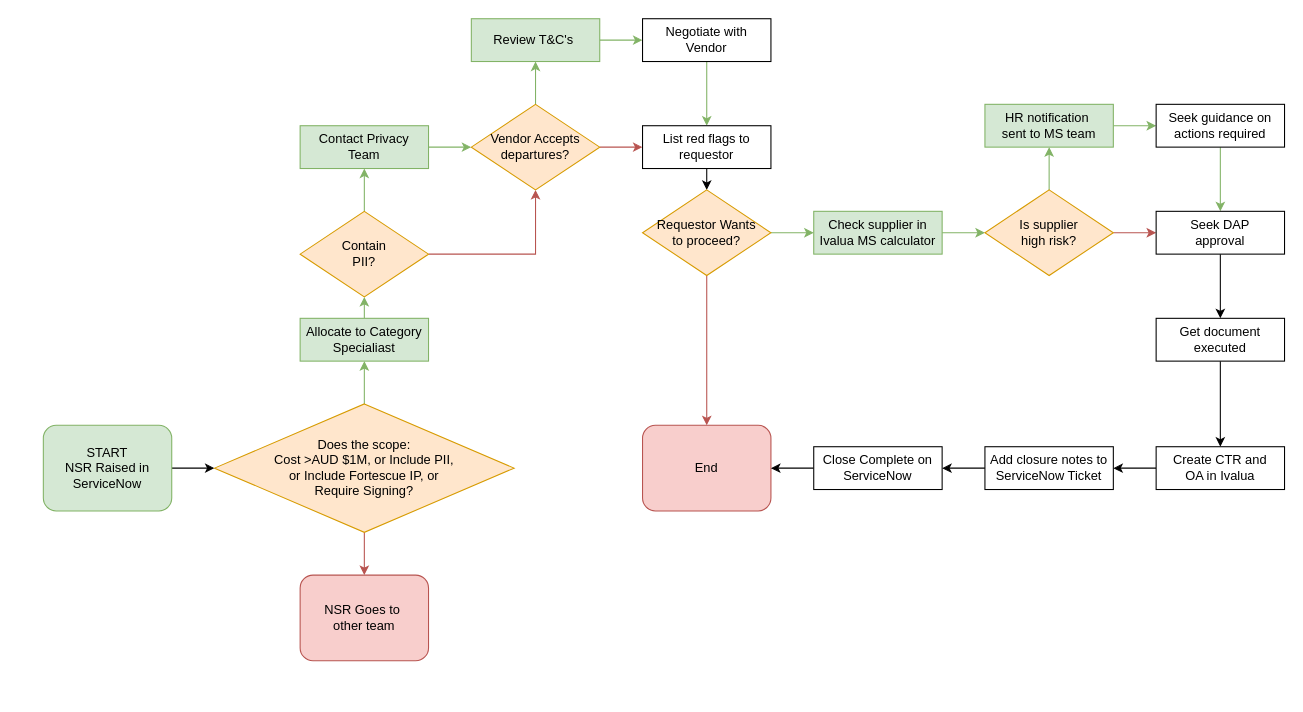
Earlier version of the draw.io diagram New NSR.drawio (Dyo-Artist/Fortsecue). Source tidied: cells renumbered, new cells numbered last; positions are measured from the earlier drawing's top-left corner, leaving out a move shared by most shapes. Both pictures are drawn from the tidied source at 107%, with x=0, y=0 at pixel (43, 18).
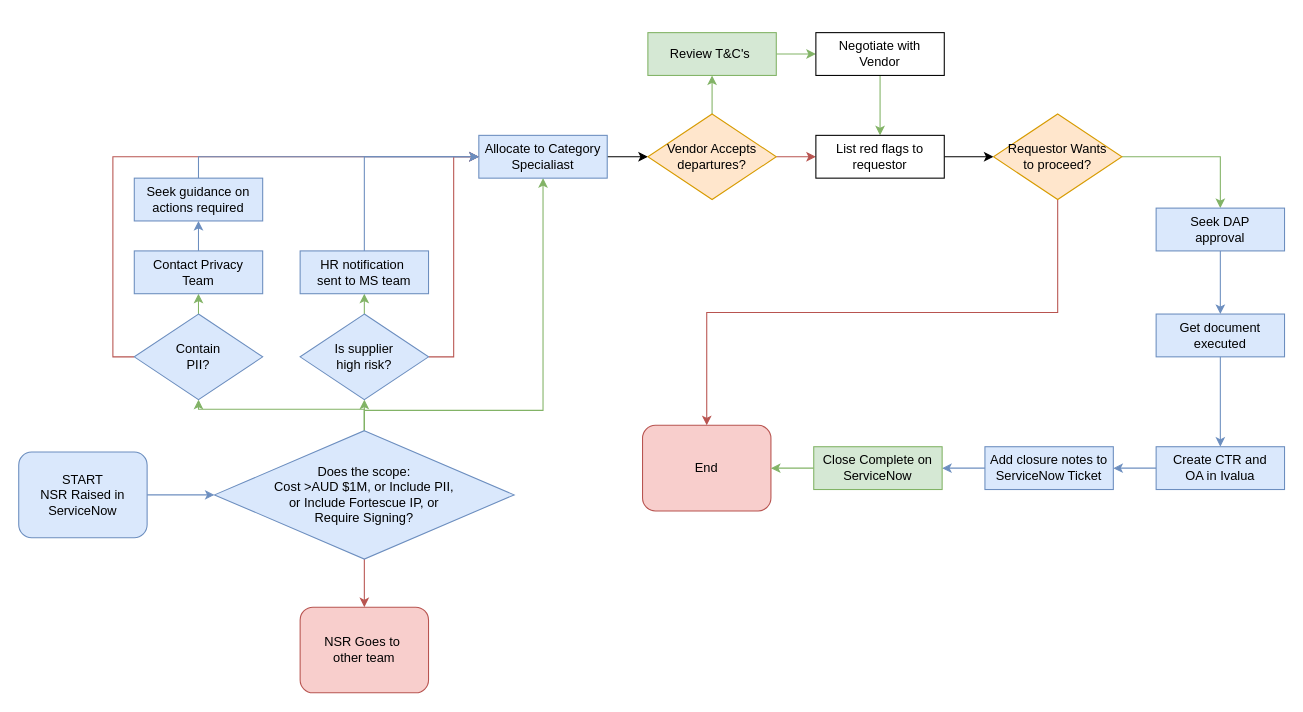
The same page after the edit.

The change refers to these unchanged cells:
```xml
<mxCell id="26" value="End" style="rounded=1;whiteSpace=wrap;html=1;fontSize=12;glass=0;strokeWidth=1;shadow=0;fillColor=#f8cecc;strokeColor=#b85450;" parent="1" vertex="1">
  <mxGeometry x="560" y="380" width="120" height="80" as="geometry" />
</mxCell>
```

What changed in the source:
```diff
@@
-    <mxCell id="2" style="edgeStyle=orthogonalEdgeStyle;rounded=0;jettySize=auto;html=1;exitX=1;exitY=0.5;exitDx=0;exitDy=0;entryX=0;entryY=0.5;entryDx=0;entryDy=0;" parent="1" edge="1" source="3" target="6">
+    <mxCell id="2" style="edgeStyle=orthogonalEdgeStyle;rounded=0;jettySize=auto;html=1;exitX=1;exitY=0.5;exitDx=0;exitDy=0;entryX=0;entryY=0.5;entryDx=0;entryDy=0;fillColor=#dae8fc;strokeColor=#6c8ebf;" parent="1" edge="1" source="3" target="6">
       <mxGeometry relative="1" as="geometry" />
     </mxCell>
-    <mxCell id="3" value="START &lt;br&gt;NSR Raised in ServiceNow" style="rounded=1;whiteSpace=wrap;html=1;fontSize=12;glass=0;strokeWidth=1;shadow=0;fillColor=#d5e8d4;strokeColor=#82b366;" parent="1" vertex="1">
-      <mxGeometry y="380" width="120" height="80" as="geometry" />
+    <mxCell id="3" value="START &lt;br&gt;NSR Raised in ServiceNow" style="rounded=1;whiteSpace=wrap;html=1;fontSize=12;glass=0;strokeWidth=1;shadow=0;fillColor=#dae8fc;strokeColor=#6c8ebf;" parent="1" vertex="1">
+      <mxGeometry x="-23" y="405" width="120" height="80" as="geometry" />
     </mxCell>
+    <mxCell id="5" style="edgeStyle=orthogonalEdgeStyle;rounded=0;jettySize=auto;html=1;exitX=0.5;exitY=1;exitDx=0;exitDy=0;entryX=0.5;entryY=0;entryDx=0;entryDy=0;fillColor=#f8cecc;strokeColor=#b85450;" parent="1" edge="1" source="6" target="46">
+      <mxGeometry relative="1" as="geometry" />
+    </mxCell>
+    <mxCell id="47" style="edgeStyle=orthogonalEdgeStyle;rounded=0;jettySize=auto;html=1;exitX=0.5;exitY=0;exitDx=0;exitDy=0;entryX=0.5;entryY=1;entryDx=0;entryDy=0;fillColor=#d5e8d4;strokeColor=#82b366;" parent="1" edge="1" source="6" target="31">
+      <mxGeometry relative="1" as="geometry" />
+    </mxCell>
+    <mxCell id="48" style="edgeStyle=orthogonalEdgeStyle;rounded=0;jettySize=auto;html=1;exitX=0.5;exitY=0;exitDx=0;exitDy=0;entryX=0.5;entryY=1;entryDx=0;entryDy=0;fillColor=#d5e8d4;strokeColor=#82b366;" parent="1" edge="1" source="6" target="11">
+      <mxGeometry relative="1" as="geometry" />
+    </mxCell>
     <mxCell id="4" style="edgeStyle=orthogonalEdgeStyle;rounded=0;jettySize=auto;html=1;exitX=0.5;exitY=0;exitDx=0;exitDy=0;entryX=0.5;entryY=1;entryDx=0;entryDy=0;fillColor=#d5e8d4;strokeColor=#82b366;" parent="1" edge="1" source="6" target="8">
-      <mxGeometry relative="1" as="geometry" />
+      <mxGeometry relative="1" as="geometry">
+        <Array as="points">
+          <mxPoint x="300" y="366" />
+          <mxPoint x="467" y="366" />
+        </Array>
+      </mxGeometry>
     </mxCell>
-    <mxCell id="5" style="edgeStyle=orthogonalEdgeStyle;rounded=0;jettySize=auto;html=1;exitX=0.5;exitY=1;exitDx=0;exitDy=0;entryX=0.5;entryY=0;entryDx=0;entryDy=0;fillColor=#f8cecc;strokeColor=#b85450;" parent="1" edge="1" source="6">
-      <mxGeometry relative="1" as="geometry">
-        <mxPoint x="300" y="520" as="targetPoint" />
-      </mxGeometry>
-    </mxCell>
-    <mxCell id="6" value="Does the scope:&lt;br&gt;Cost &amp;gt;AUD $1M, or Include PII, &lt;br&gt;or Include Fortescue IP, or&lt;br&gt;Require Signing?" style="rhombus;whiteSpace=wrap;html=1;fillColor=#ffe6cc;strokeColor=#d79b00;" parent="1" vertex="1">
-      <mxGeometry x="160" y="360" width="280" height="120" as="geometry" />
+    <mxCell id="6" value="Does the scope:&lt;br&gt;Cost &amp;gt;AUD $1M, or Include PII, &lt;br&gt;or Include Fortescue IP, or&lt;br&gt;Require Signing?" style="rhombus;whiteSpace=wrap;html=1;fillColor=#dae8fc;strokeColor=#6c8ebf;" parent="1" vertex="1">
+      <mxGeometry x="160" y="385" width="280" height="120" as="geometry" />
     </mxCell>
-    <mxCell id="7" style="edgeStyle=orthogonalEdgeStyle;rounded=0;jettySize=auto;html=1;exitX=0.5;exitY=0;exitDx=0;exitDy=0;entryX=0.5;entryY=1;entryDx=0;entryDy=0;fillColor=#d5e8d4;gradientColor=#97d077;strokeColor=#82b366;" parent="1" edge="1" source="8" target="11">
-      <mxGeometry relative="1" as="geometry" />
-    </mxCell>
+    <mxCell id="49" style="edgeStyle=orthogonalEdgeStyle;rounded=0;jettySize=auto;html=1;exitX=1;exitY=0.5;exitDx=0;exitDy=0;entryX=0;entryY=0.5;entryDx=0;entryDy=0;" parent="1" edge="1" source="8" target="16">
+      <mxGeometry relative="1" as="geometry" />
+    </mxCell>
-    <mxCell id="8" value="Allocate to Category&lt;br&gt;Specialiast" style="rounded=0;whiteSpace=wrap;html=1;fillColor=#d5e8d4;strokeColor=#82b366;" parent="1" vertex="1">
-      <mxGeometry x="240" y="280" width="120" height="40" as="geometry" />
+    <mxCell id="8" value="Allocate to Category&lt;br&gt;Specialiast" style="rounded=0;whiteSpace=wrap;html=1;fillColor=#dae8fc;strokeColor=#6c8ebf;" parent="1" vertex="1">
+      <mxGeometry x="407" y="109" width="120" height="40" as="geometry" />
     </mxCell>
@@
-    <mxCell id="10" style="edgeStyle=orthogonalEdgeStyle;rounded=0;jettySize=auto;html=1;exitX=1;exitY=0.5;exitDx=0;exitDy=0;entryX=0.5;entryY=1;entryDx=0;entryDy=0;fillColor=#f8cecc;strokeColor=#b85450;" parent="1" edge="1" source="11" target="16">
-      <mxGeometry relative="1" as="geometry" />
-    </mxCell>
+    <mxCell id="50" style="edgeStyle=orthogonalEdgeStyle;rounded=0;jettySize=auto;html=1;exitX=0;exitY=0.5;exitDx=0;exitDy=0;entryX=0;entryY=0.5;entryDx=0;entryDy=0;fillColor=#f8cecc;strokeColor=#b85450;" parent="1" edge="1" source="11" target="8">
+      <mxGeometry relative="1" as="geometry" />
+    </mxCell>
-    <mxCell id="11" value="Contain&lt;br&gt;PII?" style="rhombus;whiteSpace=wrap;html=1;fillColor=#ffe6cc;strokeColor=#d79b00;" parent="1" vertex="1">
-      <mxGeometry x="240" y="180" width="120" height="80" as="geometry" />
+    <mxCell id="11" value="Contain&lt;br&gt;PII?" style="rhombus;whiteSpace=wrap;html=1;fillColor=#dae8fc;strokeColor=#6c8ebf;" parent="1" vertex="1">
+      <mxGeometry x="85" y="276" width="120" height="80" as="geometry" />
     </mxCell>
-    <mxCell id="12" style="edgeStyle=orthogonalEdgeStyle;rounded=0;jettySize=auto;html=1;exitX=1;exitY=0.5;exitDx=0;exitDy=0;entryX=0;entryY=0.5;entryDx=0;entryDy=0;fillColor=#d5e8d4;strokeColor=#82b366;" parent="1" edge="1" source="13" target="16">
-      <mxGeometry relative="1" as="geometry" />
-    </mxCell>
+    <mxCell id="51" style="edgeStyle=orthogonalEdgeStyle;rounded=0;jettySize=auto;html=1;exitX=0.5;exitY=0;exitDx=0;exitDy=0;entryX=0.5;entryY=1;entryDx=0;entryDy=0;fillColor=#dae8fc;strokeColor=#6c8ebf;" parent="1" edge="1" source="13" target="35">
+      <mxGeometry relative="1" as="geometry" />
+    </mxCell>
-    <mxCell id="13" value="Contact Privacy&lt;div&gt;Team&lt;/div&gt;" style="rounded=0;whiteSpace=wrap;html=1;fillColor=#d5e8d4;strokeColor=#82b366;" parent="1" vertex="1">
-      <mxGeometry x="240" y="100" width="120" height="40" as="geometry" />
+    <mxCell id="13" value="Contact Privacy&lt;div&gt;Team&lt;/div&gt;" style="rounded=0;whiteSpace=wrap;html=1;fillColor=#dae8fc;strokeColor=#6c8ebf;" parent="1" vertex="1">
+      <mxGeometry x="85" y="217" width="120" height="40" as="geometry" />
     </mxCell>
@@
     <mxCell id="16" value="Vendor Accepts&lt;div&gt;departures?&lt;/div&gt;" style="rhombus;whiteSpace=wrap;html=1;fillColor=#ffe6cc;strokeColor=#d79b00;" parent="1" vertex="1">
-      <mxGeometry x="400" y="80" width="120" height="80" as="geometry" />
+      <mxGeometry x="565" y="89" width="120" height="80" as="geometry" />
     </mxCell>
@@
     <mxCell id="18" value="Review T&amp;amp;C's&amp;nbsp;" style="rounded=0;whiteSpace=wrap;html=1;fillColor=#d5e8d4;strokeColor=#82b366;" parent="1" vertex="1">
-      <mxGeometry x="400" width="120" height="40" as="geometry" />
+      <mxGeometry x="565" y="13" width="120" height="40" as="geometry" />
     </mxCell>
@@
     <mxCell id="20" value="Negotiate with&lt;div&gt;Vendor&lt;/div&gt;" style="rounded=0;whiteSpace=wrap;html=1;fillColor=default;" parent="1" vertex="1">
-      <mxGeometry x="560" width="120" height="40" as="geometry" />
+      <mxGeometry x="722" y="13" width="120" height="40" as="geometry" />
     </mxCell>
-    <mxCell id="21" style="edgeStyle=orthogonalEdgeStyle;rounded=0;jettySize=auto;html=1;exitX=0.5;exitY=1;exitDx=0;exitDy=0;entryX=0.5;entryY=0;entryDx=0;entryDy=0;" parent="1" edge="1" source="22" target="25">
+    <mxCell id="21" style="edgeStyle=orthogonalEdgeStyle;rounded=0;jettySize=auto;html=1;exitX=1;exitY=0.5;exitDx=0;exitDy=0;entryX=0;entryY=0.5;entryDx=0;entryDy=0;" parent="1" edge="1" source="22" target="25">
       <mxGeometry relative="1" as="geometry" />
     </mxCell>
     <mxCell id="22" value="List red flags to&lt;div&gt;requestor&lt;/div&gt;" style="rounded=0;whiteSpace=wrap;html=1;" parent="1" vertex="1">
-      <mxGeometry x="560" y="100" width="120" height="40" as="geometry" />
+      <mxGeometry x="722" y="109" width="120" height="40" as="geometry" />
     </mxCell>
@@
-    <mxCell id="24" style="edgeStyle=orthogonalEdgeStyle;rounded=0;jettySize=auto;html=1;exitX=1;exitY=0.5;exitDx=0;exitDy=0;entryX=0;entryY=0.5;entryDx=0;entryDy=0;fillColor=#d5e8d4;strokeColor=#82b366;" parent="1" edge="1" source="25" target="28">
-      <mxGeometry relative="1" as="geometry" />
-    </mxCell>
+    <mxCell id="52" style="edgeStyle=orthogonalEdgeStyle;rounded=0;jettySize=auto;html=1;exitX=1;exitY=0.5;exitDx=0;exitDy=0;entryX=0.5;entryY=0;entryDx=0;entryDy=0;fillColor=#d5e8d4;strokeColor=#82b366;" parent="1" edge="1" source="25" target="37">
+      <mxGeometry relative="1" as="geometry" />
+    </mxCell>
     <mxCell id="25" value="Requestor Wants&lt;div&gt;to proceed?&lt;/div&gt;" style="rhombus;whiteSpace=wrap;html=1;fillColor=#ffe6cc;strokeColor=#d79b00;" parent="1" vertex="1">
-      <mxGeometry x="560" y="160" width="120" height="80" as="geometry" />
+      <mxGeometry x="888" y="89" width="120" height="80" as="geometry" />
     </mxCell>
@@
-    <mxCell id="27" style="edgeStyle=orthogonalEdgeStyle;rounded=0;jettySize=auto;html=1;exitX=1;exitY=0.5;exitDx=0;exitDy=0;entryX=0;entryY=0.5;entryDx=0;entryDy=0;fillColor=#d5e8d4;strokeColor=#82b366;" parent="1" edge="1" source="28" target="31">
-      <mxGeometry relative="1" as="geometry" />
-    </mxCell>
-    <mxCell id="28" value="Check supplier in&lt;div&gt;Ivalua MS calculator&lt;/div&gt;" style="rounded=0;whiteSpace=wrap;html=1;fillColor=#d5e8d4;strokeColor=#82b366;" parent="1" vertex="1">
-      <mxGeometry x="720" y="180" width="120" height="40" as="geometry" />
-    </mxCell>
@@
-    <mxCell id="30" style="edgeStyle=orthogonalEdgeStyle;rounded=0;jettySize=auto;html=1;exitX=1;exitY=0.5;exitDx=0;exitDy=0;entryX=0;entryY=0.5;entryDx=0;entryDy=0;fillColor=#f8cecc;strokeColor=#b85450;" parent="1" edge="1" source="31" target="37">
-      <mxGeometry relative="1" as="geometry" />
-    </mxCell>
+    <mxCell id="53" style="edgeStyle=orthogonalEdgeStyle;rounded=0;jettySize=auto;html=1;exitX=1;exitY=0.5;exitDx=0;exitDy=0;entryX=0;entryY=0.5;entryDx=0;entryDy=0;fillColor=#f8cecc;strokeColor=#b85450;" parent="1" edge="1" source="31" target="8">
+      <mxGeometry relative="1" as="geometry" />
+    </mxCell>
-    <mxCell id="31" value="Is supplier&lt;div&gt;high risk?&lt;/div&gt;" style="rhombus;whiteSpace=wrap;html=1;fillColor=#ffe6cc;strokeColor=#d79b00;" parent="1" vertex="1">
-      <mxGeometry x="880" y="160" width="120" height="80" as="geometry" />
+    <mxCell id="31" value="Is supplier&lt;div&gt;high risk?&lt;/div&gt;" style="rhombus;whiteSpace=wrap;html=1;fillColor=#dae8fc;strokeColor=#6c8ebf;" parent="1" vertex="1">
+      <mxGeometry x="240" y="276" width="120" height="80" as="geometry" />
     </mxCell>
-    <mxCell id="32" style="edgeStyle=orthogonalEdgeStyle;rounded=0;jettySize=auto;html=1;exitX=1;exitY=0.5;exitDx=0;exitDy=0;entryX=0;entryY=0.5;entryDx=0;entryDy=0;fillColor=#d5e8d4;strokeColor=#82b366;" parent="1" edge="1" source="33" target="35">
-      <mxGeometry relative="1" as="geometry" />
-    </mxCell>
+    <mxCell id="54" style="edgeStyle=orthogonalEdgeStyle;rounded=0;jettySize=auto;html=1;exitX=0.5;exitY=0;exitDx=0;exitDy=0;entryX=0;entryY=0.5;entryDx=0;entryDy=0;fillColor=#dae8fc;strokeColor=#6c8ebf;" parent="1" edge="1" source="33" target="8">
+      <mxGeometry relative="1" as="geometry" />
+    </mxCell>
-    <mxCell id="33" value="HR&amp;nbsp;&lt;span style=&quot;background-color: initial;&quot;&gt;notification&amp;nbsp;&lt;/span&gt;&lt;div&gt;&lt;span style=&quot;background-color: initial;&quot;&gt;sent to MS team&lt;/span&gt;&lt;/div&gt;" style="rounded=0;whiteSpace=wrap;html=1;fillColor=#d5e8d4;strokeColor=#82b366;" parent="1" vertex="1">
-      <mxGeometry x="880" y="80" width="120" height="40" as="geometry" />
+    <mxCell id="33" value="HR&amp;nbsp;&lt;span style=&quot;background-color: initial;&quot;&gt;notification&amp;nbsp;&lt;/span&gt;&lt;div&gt;&lt;span style=&quot;background-color: initial;&quot;&gt;sent to MS team&lt;/span&gt;&lt;/div&gt;" style="rounded=0;whiteSpace=wrap;html=1;fillColor=#dae8fc;strokeColor=#6c8ebf;" parent="1" vertex="1">
+      <mxGeometry x="240" y="217" width="120" height="40" as="geometry" />
     </mxCell>
-    <mxCell id="34" style="edgeStyle=orthogonalEdgeStyle;rounded=0;jettySize=auto;html=1;exitX=0.5;exitY=1;exitDx=0;exitDy=0;entryX=0.5;entryY=0;entryDx=0;entryDy=0;fillColor=#d5e8d4;strokeColor=#82b366;" parent="1" edge="1" source="35" target="37">
-      <mxGeometry relative="1" as="geometry" />
-    </mxCell>
-    <mxCell id="35" value="Seek guidance on actions required" style="rounded=0;whiteSpace=wrap;html=1;" parent="1" vertex="1">
-      <mxGeometry x="1040" y="80" width="120" height="40" as="geometry" />
-    </mxCell>
-    <mxCell id="36" style="edgeStyle=orthogonalEdgeStyle;rounded=0;jettySize=auto;html=1;exitX=0.5;exitY=1;exitDx=0;exitDy=0;entryX=0.5;entryY=0;entryDx=0;entryDy=0;" parent="1" edge="1" source="37" target="39">
+    <mxCell id="36" style="edgeStyle=orthogonalEdgeStyle;rounded=0;jettySize=auto;html=1;exitX=0.5;exitY=1;exitDx=0;exitDy=0;entryX=0.5;entryY=0;entryDx=0;entryDy=0;fillColor=#dae8fc;strokeColor=#6c8ebf;" parent="1" edge="1" source="37" target="39">
       <mxGeometry relative="1" as="geometry" />
     </mxCell>
-    <mxCell id="37" value="Seek DAP&lt;div&gt;approval&lt;/div&gt;" style="rounded=0;whiteSpace=wrap;html=1;" parent="1" vertex="1">
-      <mxGeometry x="1040" y="180" width="120" height="40" as="geometry" />
+    <mxCell id="37" value="Seek DAP&lt;div&gt;approval&lt;/div&gt;" style="rounded=0;whiteSpace=wrap;html=1;fillColor=#dae8fc;strokeColor=#6c8ebf;" parent="1" vertex="1">
+      <mxGeometry x="1040" y="177" width="120" height="40" as="geometry" />
     </mxCell>
-    <mxCell id="38" style="edgeStyle=orthogonalEdgeStyle;rounded=0;jettySize=auto;html=1;exitX=0.5;exitY=1;exitDx=0;exitDy=0;entryX=0.5;entryY=0;entryDx=0;entryDy=0;" parent="1" edge="1" source="39" target="41">
+    <mxCell id="38" style="edgeStyle=orthogonalEdgeStyle;rounded=0;jettySize=auto;html=1;exitX=0.5;exitY=1;exitDx=0;exitDy=0;entryX=0.5;entryY=0;entryDx=0;entryDy=0;fillColor=#dae8fc;strokeColor=#6c8ebf;" parent="1" edge="1" source="39" target="41">
       <mxGeometry relative="1" as="geometry" />
     </mxCell>
-    <mxCell id="39" value="Get document&lt;div&gt;executed&lt;/div&gt;" style="rounded=0;whiteSpace=wrap;html=1;" parent="1" vertex="1">
-      <mxGeometry x="1040" y="280" width="120" height="40" as="geometry" />
+    <mxCell id="39" value="Get document&lt;div&gt;executed&lt;/div&gt;" style="rounded=0;whiteSpace=wrap;html=1;fillColor=#dae8fc;strokeColor=#6c8ebf;" parent="1" vertex="1">
+      <mxGeometry x="1040" y="276" width="120" height="40" as="geometry" />
     </mxCell>
-    <mxCell id="40" style="edgeStyle=orthogonalEdgeStyle;rounded=0;jettySize=auto;html=1;exitX=0;exitY=0.5;exitDx=0;exitDy=0;entryX=1;entryY=0.5;entryDx=0;entryDy=0;" parent="1" edge="1" source="41" target="43">
+    <mxCell id="40" style="edgeStyle=orthogonalEdgeStyle;rounded=0;jettySize=auto;html=1;exitX=0;exitY=0.5;exitDx=0;exitDy=0;entryX=1;entryY=0.5;entryDx=0;entryDy=0;fillColor=#dae8fc;strokeColor=#6c8ebf;" parent="1" edge="1" source="41" target="43">
       <mxGeometry relative="1" as="geometry" />
     </mxCell>
-    <mxCell id="41" value="Create CTR and&lt;div&gt;OA in Ivalua&lt;/div&gt;" style="rounded=0;whiteSpace=wrap;html=1;" parent="1" vertex="1">
+    <mxCell id="41" value="Create CTR and&lt;div&gt;OA in Ivalua&lt;/div&gt;" style="rounded=0;whiteSpace=wrap;html=1;fillColor=#dae8fc;strokeColor=#6c8ebf;" parent="1" vertex="1">
       <mxGeometry x="1040" y="400" width="120" height="40" as="geometry" />
     </mxCell>
-    <mxCell id="42" style="edgeStyle=orthogonalEdgeStyle;rounded=0;jettySize=auto;html=1;exitX=0;exitY=0.5;exitDx=0;exitDy=0;entryX=1;entryY=0.5;entryDx=0;entryDy=0;" parent="1" edge="1" source="43" target="45">
+    <mxCell id="42" style="edgeStyle=orthogonalEdgeStyle;rounded=0;jettySize=auto;html=1;exitX=0;exitY=0.5;exitDx=0;exitDy=0;entryX=1;entryY=0.5;entryDx=0;entryDy=0;fillColor=#dae8fc;strokeColor=#6c8ebf;" parent="1" edge="1" source="43" target="45">
       <mxGeometry relative="1" as="geometry" />
     </mxCell>
-    <mxCell id="43" value="Add closure notes to&lt;div&gt;ServiceNow Ticket&lt;/div&gt;" style="rounded=0;whiteSpace=wrap;html=1;" parent="1" vertex="1">
+    <mxCell id="43" value="Add closure notes to&lt;div&gt;ServiceNow Ticket&lt;/div&gt;" style="rounded=0;whiteSpace=wrap;html=1;fillColor=#dae8fc;strokeColor=#6c8ebf;" parent="1" vertex="1">
       <mxGeometry x="880" y="400" width="120" height="40" as="geometry" />
     </mxCell>
-    <mxCell id="44" style="edgeStyle=orthogonalEdgeStyle;rounded=0;jettySize=auto;html=1;exitX=0;exitY=0.5;exitDx=0;exitDy=0;entryX=1;entryY=0.5;entryDx=0;entryDy=0;" parent="1" edge="1" source="45" target="26">
+    <mxCell id="44" style="edgeStyle=orthogonalEdgeStyle;rounded=0;jettySize=auto;html=1;exitX=0;exitY=0.5;exitDx=0;exitDy=0;entryX=1;entryY=0.5;entryDx=0;entryDy=0;fillColor=#d5e8d4;strokeColor=#82b366;" parent="1" edge="1" source="45" target="26">
       <mxGeometry relative="1" as="geometry" />
     </mxCell>
-    <mxCell id="45" value="Close Complete on&lt;br&gt;ServiceNow" style="rounded=0;whiteSpace=wrap;html=1;" parent="1" vertex="1">
+    <mxCell id="45" value="Close Complete on&lt;br&gt;ServiceNow" style="rounded=0;whiteSpace=wrap;html=1;fillColor=#d5e8d4;strokeColor=#82b366;" parent="1" vertex="1">
       <mxGeometry x="720" y="400" width="120" height="40" as="geometry" />
     </mxCell>
     <mxCell id="46" value="NSR Goes to&amp;nbsp;&lt;br&gt;other team" style="rounded=1;whiteSpace=wrap;html=1;fontSize=12;glass=0;strokeWidth=1;shadow=0;fillColor=#f8cecc;strokeColor=#b85450;" parent="1" vertex="1">
-      <mxGeometry x="240" y="520" width="120" height="80" as="geometry" />
+      <mxGeometry x="240" y="550" width="120" height="80" as="geometry" />
     </mxCell>
+    <mxCell id="55" style="edgeStyle=orthogonalEdgeStyle;rounded=0;jettySize=auto;html=1;exitX=0.5;exitY=0;exitDx=0;exitDy=0;entryX=0;entryY=0.5;entryDx=0;entryDy=0;fillColor=#dae8fc;strokeColor=#6c8ebf;" parent="1" edge="1" source="35" target="8">
+      <mxGeometry relative="1" as="geometry" />
+    </mxCell>
+    <mxCell id="35" value="Seek guidance on actions required" style="rounded=0;whiteSpace=wrap;html=1;fillColor=#dae8fc;strokeColor=#6c8ebf;" parent="1" vertex="1">
+      <mxGeometry x="85" y="149" width="120" height="40" as="geometry" />
+    </mxCell>
```
